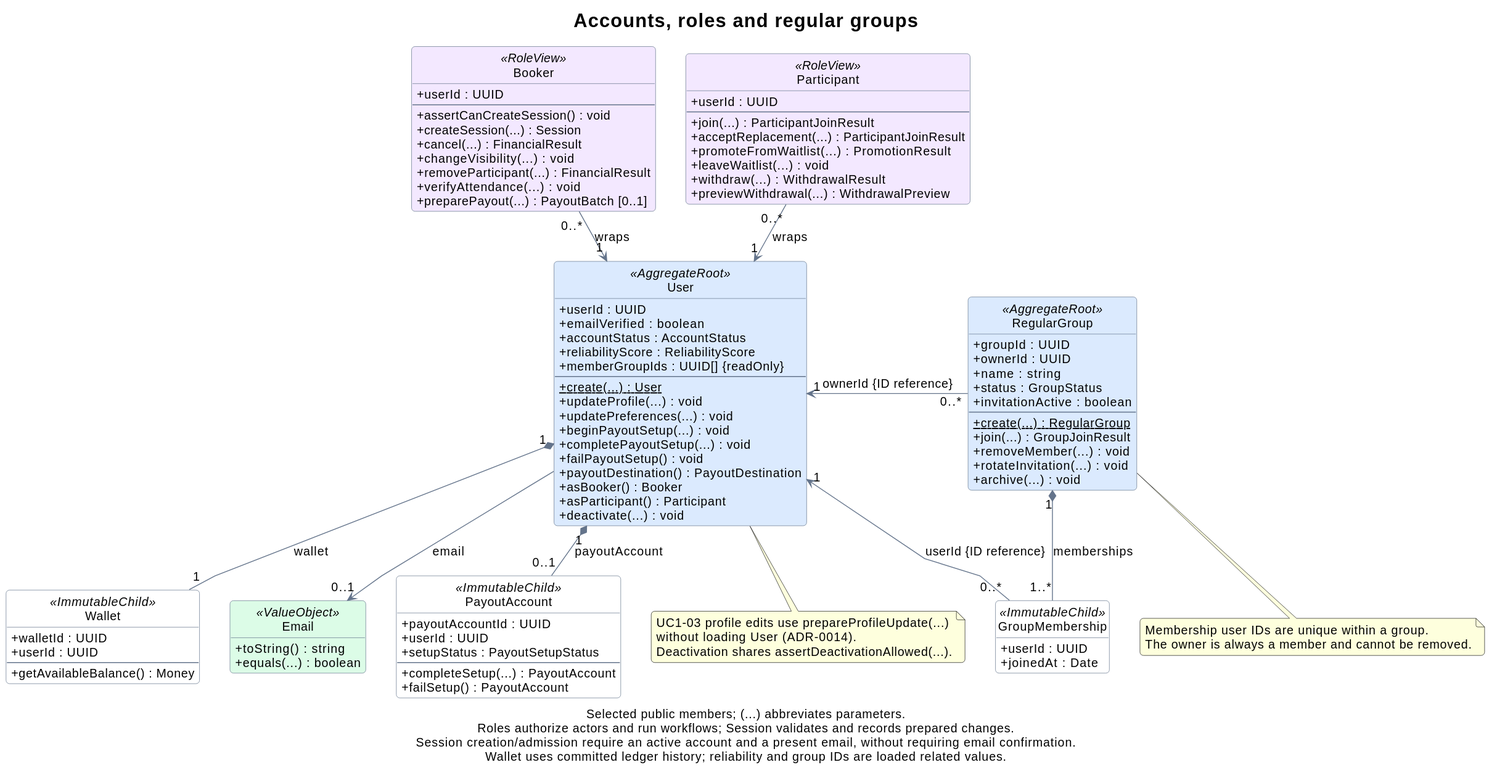
This is docs/assets/domain-accounts.svg from liang799/booking-web-manager, a PlantUML export, as it was before one commit.
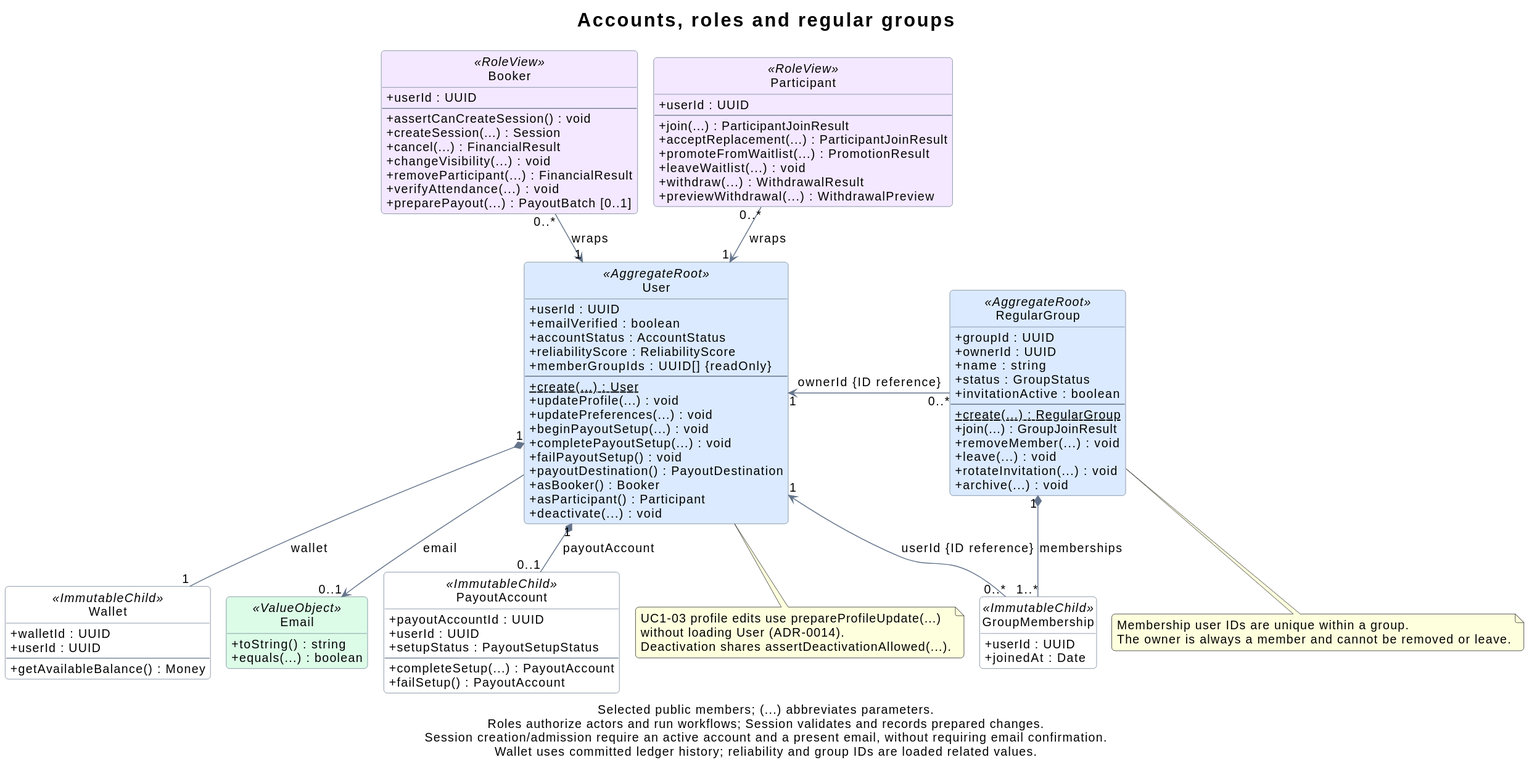
Later version of the same file.

What changed in the source:
```diff
@@ -94,6 +94,7 @@
   {static} +create(...) : RegularGroup
   +join(...) : GroupJoinResult
   +removeMember(...) : void
+  +leave(...) : void
   +rotateInvitation(...) : void
   +archive(...) : void
 }
@@ -114,7 +115,7 @@
 
 note bottom of RegularGroup
   Membership user IDs are unique within a group.
-  The owner is always a member and cannot be removed.
+  The owner is always a member and cannot be removed or leave.
 end note
 
 note bottom of User
```
